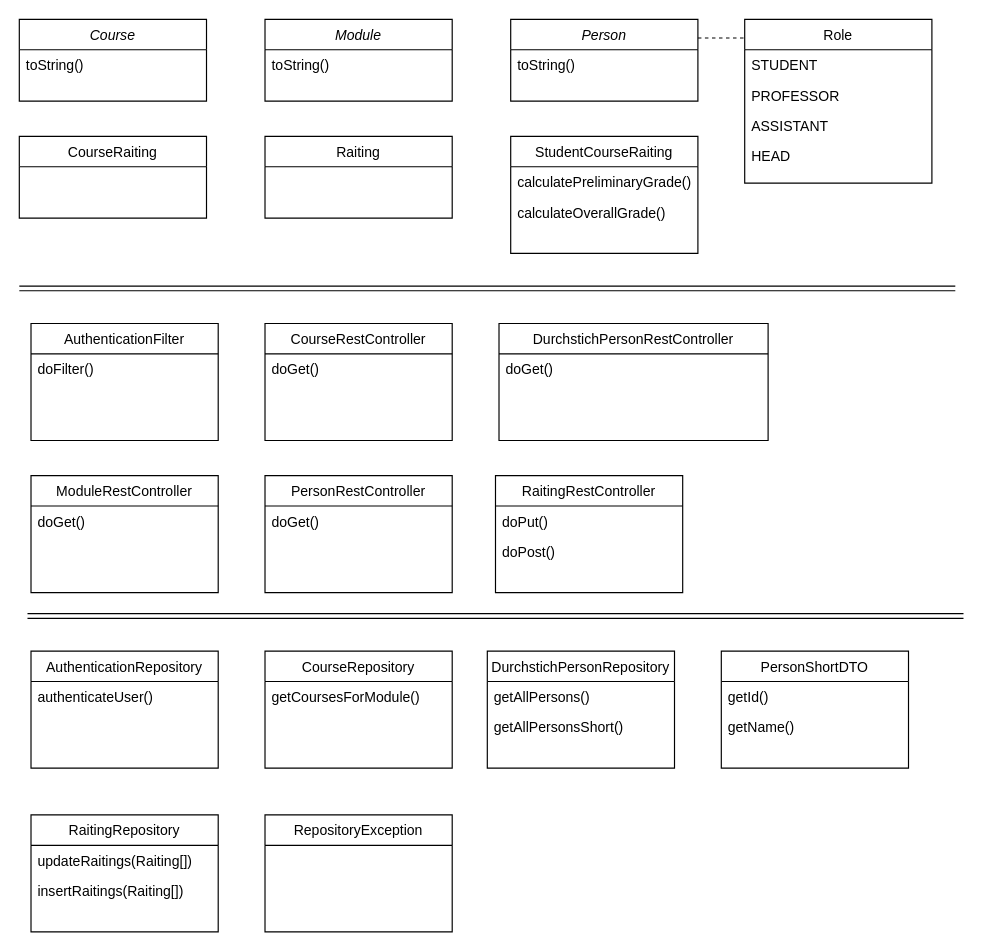
Earlier version of the draw.io diagram docs/class_diagramm_equals.drawio (igorstojanovic91/bfh_equals). Source tidied: cells renumbered, new cells numbered last; positions are measured from the earlier drawing's top-left corner, leaving out a move shared by most shapes. Both pictures are drawn from the tidied source at 117%, with x=0, y=0 at pixel (19, 19).
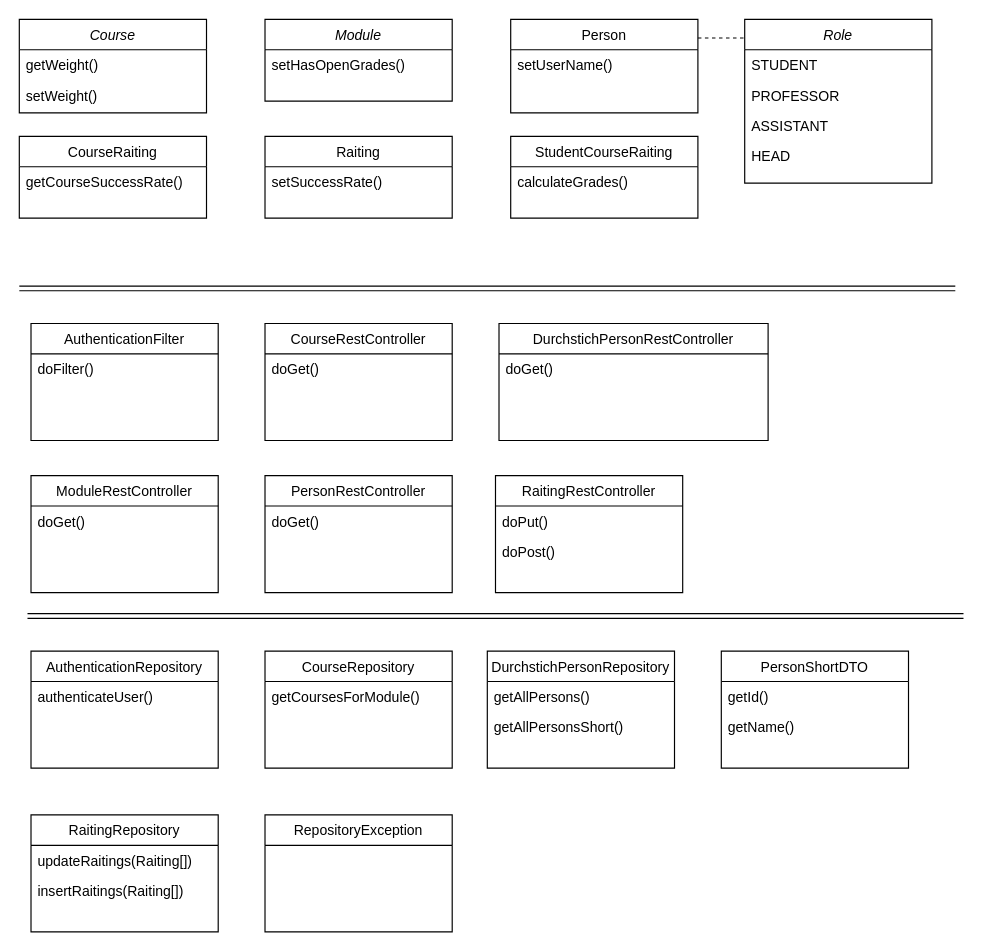
Above is the later version.

The change refers to these unchanged cells:
```xml
<mxCell id="4" value="CourseRaiting" style="swimlane;fontStyle=0;align=center;verticalAlign=top;horizontal=1;startSize=26;rounded=0;shadow=0;strokeWidth=1;" parent="1" vertex="1">
  <mxGeometry y="100" width="160" height="70" as="geometry" />
</mxCell>
<mxCell id="5" value="Raiting" style="swimlane;fontStyle=0;align=center;verticalAlign=top;horizontal=1;startSize=26;rounded=0;shadow=0;strokeWidth=1;" parent="1" vertex="1">
  <mxGeometry x="210" y="100" width="160" height="70" as="geometry" />
</mxCell>
<mxCell id="12" value="Module" style="swimlane;fontStyle=2;align=center;verticalAlign=top;horizontal=1;startSize=26;rounded=0;shadow=0;strokeWidth=1;" parent="1" vertex="1">
  <mxGeometry x="210" width="160" height="70" as="geometry" />
</mxCell>
```

Diff of the diagram source:
```diff
@@
-    <mxCell id="2" value="Person" style="swimlane;fontStyle=2;align=center;verticalAlign=top;horizontal=1;startSize=26;rounded=0;shadow=0;strokeWidth=1;" parent="1" vertex="1">
-      <mxGeometry x="420" width="160" height="70" as="geometry" />
+    <mxCell id="2" value="Person" style="swimlane;fontStyle=0;align=center;verticalAlign=top;horizontal=1;startSize=26;rounded=0;shadow=0;strokeWidth=1;" parent="1" vertex="1">
+      <mxGeometry x="420" width="160" height="80" as="geometry" />
     </mxCell>
-    <mxCell id="3" value="toString()" style="text;align=left;verticalAlign=top;spacingLeft=4;spacingRight=4;overflow=hidden;" parent="2" vertex="1">
+    <mxCell id="3" value="setUserName()" style="text;align=left;verticalAlign=top;spacingLeft=4;spacingRight=4;overflow=hidden;" parent="2" vertex="1">
       <mxGeometry y="26" width="160" height="26" as="geometry" />
     </mxCell>
@@
+    <mxCell id="48" value="getCourseSuccessRate()" style="text;align=left;verticalAlign=top;spacingLeft=4;spacingRight=4;overflow=hidden;" parent="4" vertex="1">
+      <mxGeometry y="26" width="160" height="26" as="geometry" />
+    </mxCell>
@@
+    <mxCell id="49" value="setSuccessRate()" style="text;align=left;verticalAlign=top;spacingLeft=4;spacingRight=4;overflow=hidden;" parent="5" vertex="1">
+      <mxGeometry y="26" width="160" height="44" as="geometry" />
+    </mxCell>
-    <mxCell id="6" value="Role" style="swimlane;fontStyle=0;align=center;verticalAlign=top;horizontal=1;startSize=26;rounded=0;shadow=0;strokeWidth=1;" parent="1" vertex="1">
+    <mxCell id="6" value="Role" style="swimlane;fontStyle=2;align=center;verticalAlign=top;horizontal=1;startSize=26;rounded=0;shadow=0;strokeWidth=1;" parent="1" vertex="1">
       <mxGeometry x="620" width="160" height="140" as="geometry" />
     </mxCell>
@@
-    <mxCell id="13" value="toString()" style="text;align=left;verticalAlign=top;spacingLeft=4;spacingRight=4;overflow=hidden;" parent="12" vertex="1">
+    <mxCell id="13" value="setHasOpenGrades()" style="text;align=left;verticalAlign=top;spacingLeft=4;spacingRight=4;overflow=hidden;" parent="12" vertex="1">
       <mxGeometry y="26" width="160" height="26" as="geometry" />
     </mxCell>
     <mxCell id="14" value="Course" style="swimlane;fontStyle=2;align=center;verticalAlign=top;horizontal=1;startSize=26;rounded=0;shadow=0;strokeWidth=1;" parent="1" vertex="1">
-      <mxGeometry width="160" height="70" as="geometry" />
+      <mxGeometry width="160" height="80" as="geometry" />
     </mxCell>
-    <mxCell id="15" value="toString()" style="text;align=left;verticalAlign=top;spacingLeft=4;spacingRight=4;overflow=hidden;" parent="14" vertex="1">
+    <mxCell id="15" value="getWeight()" style="text;align=left;verticalAlign=top;spacingLeft=4;spacingRight=4;overflow=hidden;" parent="14" vertex="1">
       <mxGeometry y="26" width="160" height="26" as="geometry" />
     </mxCell>
+    <mxCell id="50" value="setWeight()" style="text;align=left;verticalAlign=top;spacingLeft=4;spacingRight=4;overflow=hidden;" parent="14" vertex="1">
+      <mxGeometry y="52" width="160" height="26" as="geometry" />
+    </mxCell>
     <mxCell id="16" value="StudentCourseRaiting" style="swimlane;fontStyle=0;align=center;verticalAlign=top;horizontal=1;startSize=26;rounded=0;shadow=0;strokeWidth=1;" parent="1" vertex="1">
-      <mxGeometry x="420" y="100" width="160" height="100" as="geometry" />
+      <mxGeometry x="420" y="100" width="160" height="70" as="geometry" />
     </mxCell>
-    <mxCell id="17" value="calculatePreliminaryGrade()" style="text;align=left;verticalAlign=top;spacingLeft=4;spacingRight=4;overflow=hidden;" parent="16" vertex="1">
-      <mxGeometry y="26" width="160" height="26" as="geometry" />
+    <mxCell id="17" value="calculateGrades()" style="text;align=left;verticalAlign=top;spacingLeft=4;spacingRight=4;overflow=hidden;" parent="16" vertex="1">
+      <mxGeometry y="26" width="160" height="34" as="geometry" />
     </mxCell>
-    <mxCell id="18" value="calculateOverallGrade()" style="text;align=left;verticalAlign=top;spacingLeft=4;spacingRight=4;overflow=hidden;rounded=0;shadow=0;html=0;" parent="16" vertex="1">
-      <mxGeometry y="52" width="160" height="26" as="geometry" />
-    </mxCell>
```
